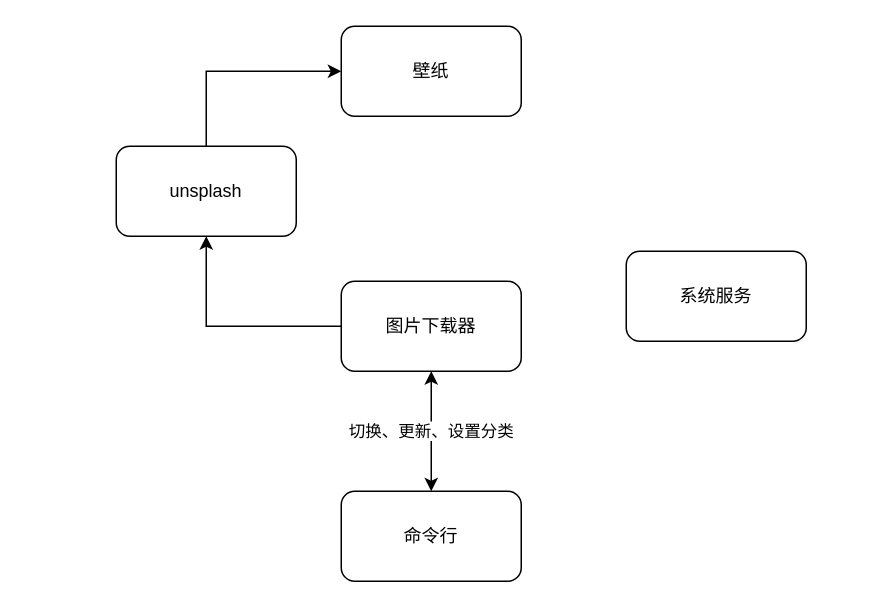
Before: structure.drawio in MrTreasure/go-wallpaper, a draw.io diagram. Source tidied: cells renumbered, new cells numbered last; positions are measured from the earlier drawing's top-left corner, leaving out a move shared by most shapes. Both pictures are drawn from the tidied source at 150%, with x=0, y=0 at pixel (116, 26).
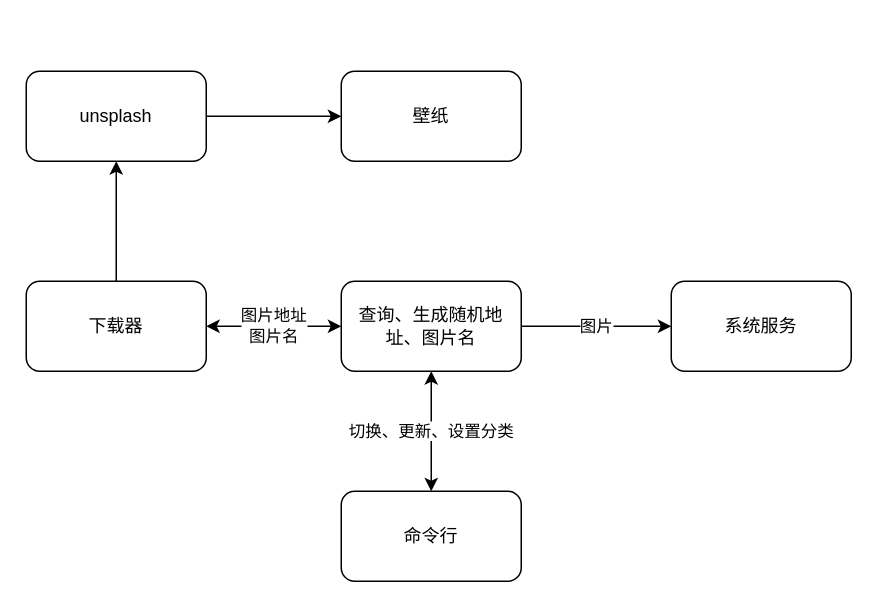
The same diagram, later.

What changed in the source:
```diff
@@
 <mxGraphModel>
   <root>
     <mxCell id="0" />
     <mxCell id="1" parent="0" />
     <mxCell id="2" value="壁纸" style="rounded=1;whiteSpace=wrap;html=1;" parent="1" vertex="1">
-      <mxGeometry x="150" width="120" height="60" as="geometry" />
+      <mxGeometry x="150" y="30" width="120" height="60" as="geometry" />
     </mxCell>
     <mxCell id="3" value="命令行" style="rounded=1;whiteSpace=wrap;html=1;" parent="1" vertex="1">
       <mxGeometry x="150" y="310" width="120" height="60" as="geometry" />
     </mxCell>
     <mxCell id="4" value="系统服务" style="rounded=1;whiteSpace=wrap;html=1;" parent="1" vertex="1">
-      <mxGeometry x="340" y="150" width="120" height="60" as="geometry" />
+      <mxGeometry x="370" y="170" width="120" height="60" as="geometry" />
     </mxCell>
-    <mxCell id="5" style="edgeStyle=orthogonalEdgeStyle;rounded=0;jettySize=auto;html=1;entryX=0.5;entryY=1;entryDx=0;entryDy=0;" parent="1" edge="1" source="6" target="8">
-      <mxGeometry relative="1" as="geometry" />
-    </mxCell>
+    <mxCell id="10" value="图片" style="edgeStyle=orthogonalEdgeStyle;rounded=0;jettySize=auto;html=1;" parent="1" edge="1" source="6" target="4">
+      <mxGeometry relative="1" as="geometry" />
+    </mxCell>
-    <mxCell id="6" value="图片下载器" style="rounded=1;whiteSpace=wrap;html=1;" parent="1" vertex="1">
+    <mxCell id="6" value="查询、生成随机地址、图片名" style="rounded=1;whiteSpace=wrap;html=1;" parent="1" vertex="1">
       <mxGeometry x="150" y="170" width="120" height="60" as="geometry" />
     </mxCell>
-    <mxCell id="7" style="edgeStyle=orthogonalEdgeStyle;rounded=0;jettySize=auto;html=1;exitX=0.5;exitY=0;exitDx=0;exitDy=0;entryX=0;entryY=0.5;entryDx=0;entryDy=0;" parent="1" edge="1" source="8" target="2">
+    <mxCell id="7" style="edgeStyle=orthogonalEdgeStyle;rounded=0;jettySize=auto;html=1;" parent="1" edge="1" source="8" target="2">
       <mxGeometry relative="1" as="geometry" />
     </mxCell>
     <mxCell id="8" value="unsplash" style="rounded=1;whiteSpace=wrap;html=1;" parent="1" vertex="1">
-      <mxGeometry y="80" width="120" height="60" as="geometry" />
+      <mxGeometry x="-60" y="30" width="120" height="60" as="geometry" />
     </mxCell>
     <mxCell id="9" value="切换、更新、设置分类" style="endArrow=classic;startArrow=classic;html=1;exitX=0.5;exitY=1;exitDx=0;exitDy=0;entryX=0.5;entryY=0;entryDx=0;entryDy=0;" parent="1" edge="1" source="6" target="3">
       <mxGeometry relative="1" as="geometry" />
     </mxCell>
+    <mxCell id="11" style="edgeStyle=orthogonalEdgeStyle;rounded=0;jettySize=auto;html=1;" parent="1" edge="1" source="12" target="8">
+      <mxGeometry relative="1" as="geometry" />
+    </mxCell>
+    <mxCell id="12" value="下载器" style="whiteSpace=wrap;html=1;rounded=1;" parent="1" vertex="1">
+      <mxGeometry x="-60" y="170" width="120" height="60" as="geometry" />
+    </mxCell>
+    <mxCell id="13" value="图片地址&lt;br&gt;图片名" style="endArrow=classic;startArrow=classic;html=1;entryX=0;entryY=0.5;entryDx=0;entryDy=0;exitX=1;exitY=0.5;exitDx=0;exitDy=0;" parent="1" edge="1" source="12" target="6">
+      <mxGeometry relative="1" as="geometry" />
+    </mxCell>
   </root>
 </mxGraphModel>
```
